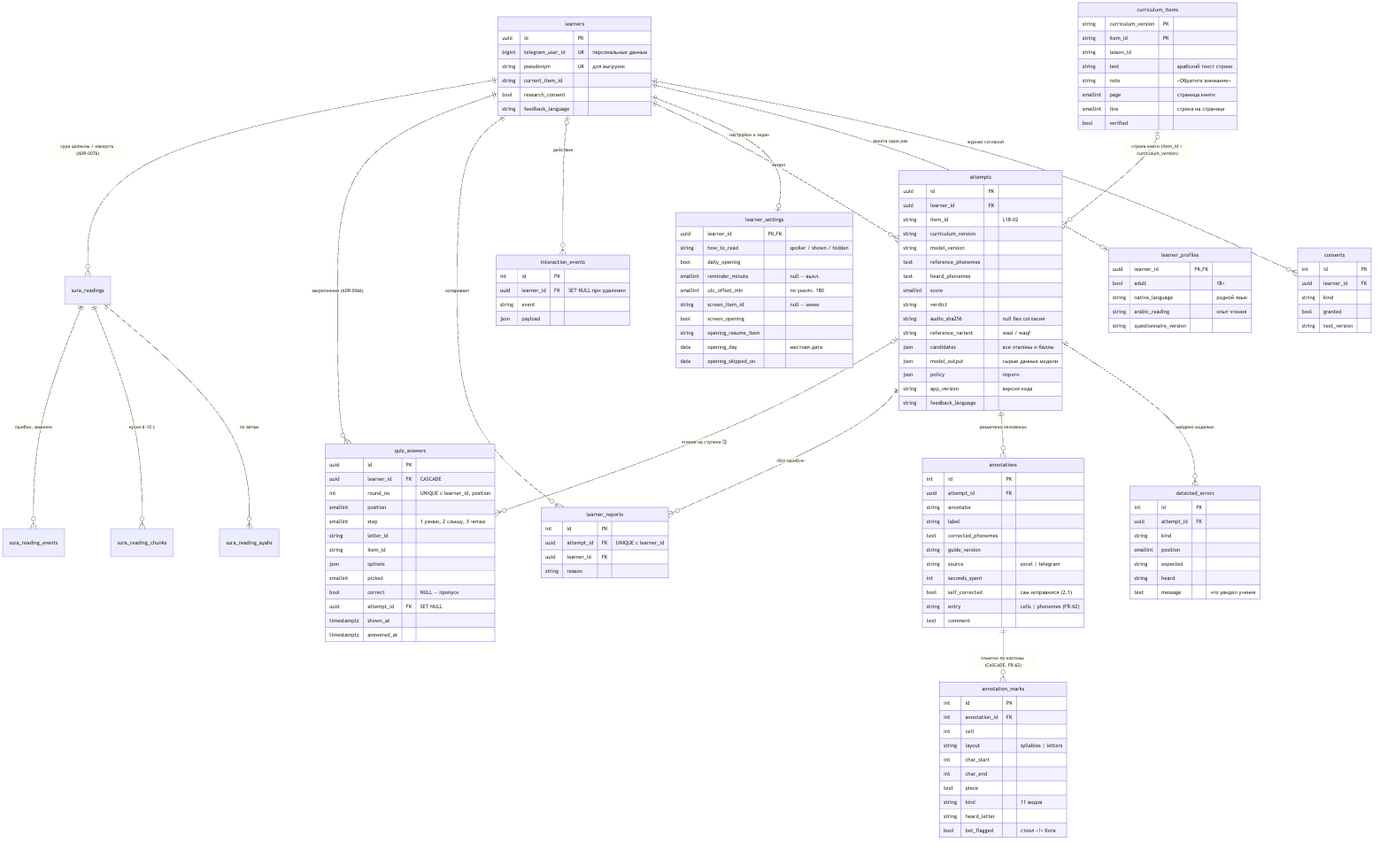
This is docs/architecture/diagrams/04-er.png from abdra04-gif/muallim, a Mermaid export, as it was before one commit. Its source is kept beside it as docs/architecture/diagrams/04-er.mmd.
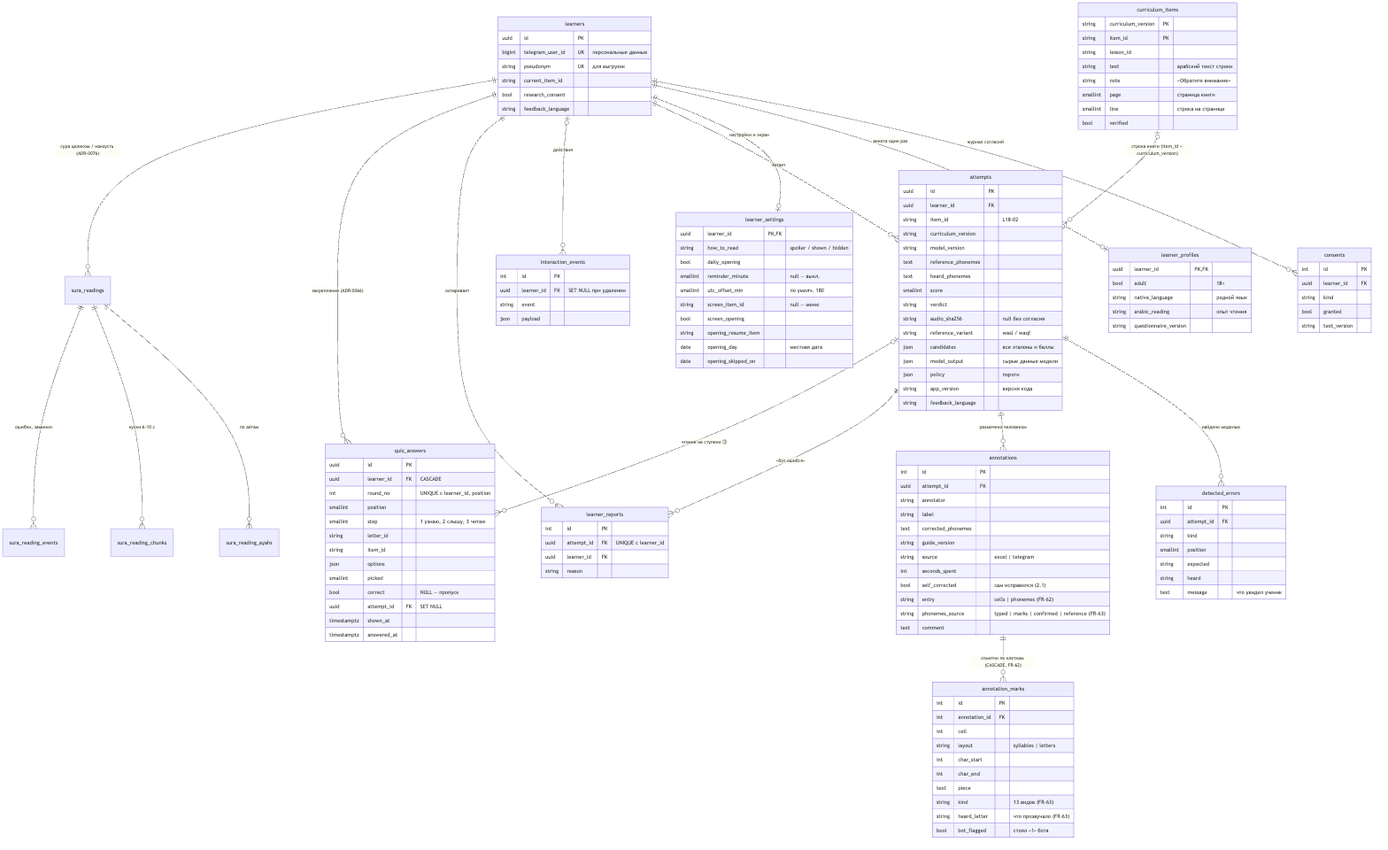
After the change.

Diff of the diagram source:
```diff
@@ -105,6 +105,7 @@
         int seconds_spent
         bool self_corrected "сам исправился (2.1)"
         string entry "cells | phonemes (FR-62)"
+        string phonemes_source "typed | marks | confirmed | reference (FR-63)"
         text comment
     }
     annotation_marks {
@@ -115,8 +116,8 @@
         int char_start
         int char_end
         text piece
-        string kind "11 видов"
-        string heard_letter
+        string kind "13 видов (FR-63)"
+        string heard_letter "что прозвучало (FR-63)"
         bool bot_flagged "стоял «!» бота"
     }
     interaction_events {
```
